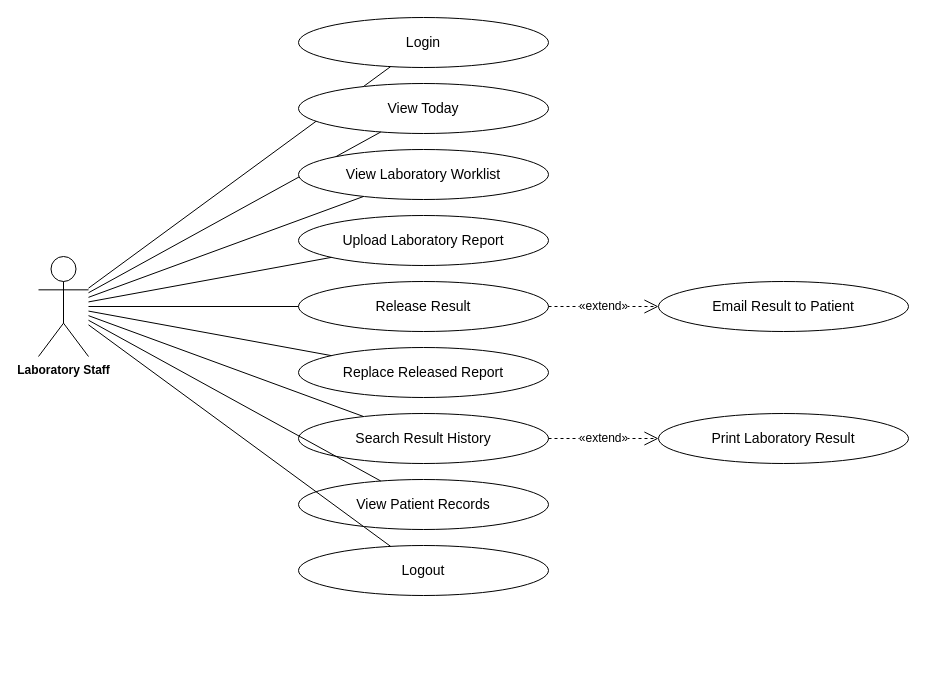
Above: page "Laboratory Staff" (5 of 8) of docs/diagrams/usecases.drawio in steven23lz/Enlogada-Clinic-Management-System (draw.io), before the change. Source tidied: cells renumbered, new cells numbered last; positions are measured from the earlier drawing's top-left corner, leaving out a move shared by most shapes. Both pictures are drawn from the tidied source at 100%, with x=0, y=0 at pixel (38, 17).
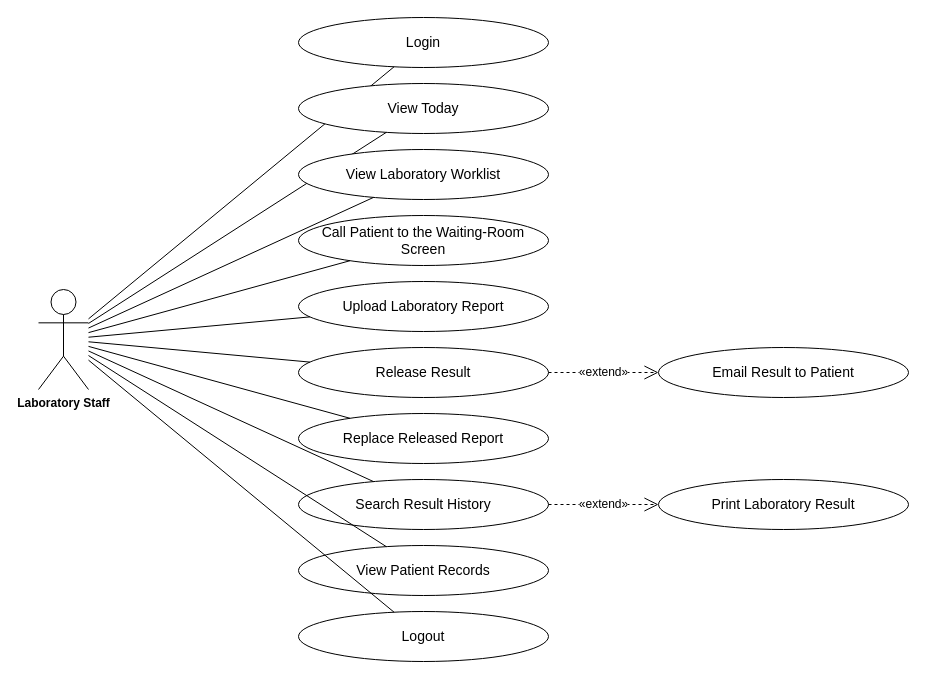
After the change.

Change to the diagram source:
```diff
@@
     <mxCell id="2" value="Laboratory Staff" style="shape=umlActor;verticalLabelPosition=bottom;verticalAlign=top;html=1;outlineConnect=0;fontFamily=Helvetica;fontSize=12;fontStyle=1;" parent="1" vertex="1">
-      <mxGeometry y="239" width="50" height="100" as="geometry" />
+      <mxGeometry y="272" width="50" height="100" as="geometry" />
     </mxCell>
@@
-    <mxCell id="9" value="Upload Laboratory Report" style="ellipse;whiteSpace=wrap;html=1;fontFamily=Helvetica;fontSize=14;fontColor=#000000;strokeColor=#000000;" parent="1" vertex="1">
+    <mxCell id="9" value="Call Patient to the Waiting-Room Screen" style="ellipse;whiteSpace=wrap;html=1;fontFamily=Helvetica;fontSize=14;fontColor=#000000;strokeColor=#000000;" parent="1" vertex="1">
       <mxGeometry x="260" y="198" width="250" height="50" as="geometry" />
     </mxCell>
@@
-    <mxCell id="11" value="Release Result" style="ellipse;whiteSpace=wrap;html=1;fontFamily=Helvetica;fontSize=14;fontColor=#000000;strokeColor=#000000;" parent="1" vertex="1">
+    <mxCell id="11" value="Upload Laboratory Report" style="ellipse;whiteSpace=wrap;html=1;fontFamily=Helvetica;fontSize=14;fontColor=#000000;strokeColor=#000000;" parent="1" vertex="1">
       <mxGeometry x="260" y="264" width="250" height="50" as="geometry" />
     </mxCell>
@@
-    <mxCell id="13" value="Replace Released Report" style="ellipse;whiteSpace=wrap;html=1;fontFamily=Helvetica;fontSize=14;fontColor=#000000;strokeColor=#000000;" parent="1" vertex="1">
+    <mxCell id="13" value="Release Result" style="ellipse;whiteSpace=wrap;html=1;fontFamily=Helvetica;fontSize=14;fontColor=#000000;strokeColor=#000000;" parent="1" vertex="1">
       <mxGeometry x="260" y="330" width="250" height="50" as="geometry" />
     </mxCell>
@@
-    <mxCell id="15" value="Search Result History" style="ellipse;whiteSpace=wrap;html=1;fontFamily=Helvetica;fontSize=14;fontColor=#000000;strokeColor=#000000;" parent="1" vertex="1">
+    <mxCell id="15" value="Replace Released Report" style="ellipse;whiteSpace=wrap;html=1;fontFamily=Helvetica;fontSize=14;fontColor=#000000;strokeColor=#000000;" parent="1" vertex="1">
       <mxGeometry x="260" y="396" width="250" height="50" as="geometry" />
     </mxCell>
@@
-    <mxCell id="17" value="View Patient Records" style="ellipse;whiteSpace=wrap;html=1;fontFamily=Helvetica;fontSize=14;fontColor=#000000;strokeColor=#000000;" parent="1" vertex="1">
+    <mxCell id="17" value="Search Result History" style="ellipse;whiteSpace=wrap;html=1;fontFamily=Helvetica;fontSize=14;fontColor=#000000;strokeColor=#000000;" parent="1" vertex="1">
       <mxGeometry x="260" y="462" width="250" height="50" as="geometry" />
     </mxCell>
@@
-    <mxCell id="19" value="Logout" style="ellipse;whiteSpace=wrap;html=1;fontFamily=Helvetica;fontSize=14;fontColor=#000000;strokeColor=#000000;" parent="1" vertex="1">
+    <mxCell id="19" value="View Patient Records" style="ellipse;whiteSpace=wrap;html=1;fontFamily=Helvetica;fontSize=14;fontColor=#000000;strokeColor=#000000;" parent="1" vertex="1">
       <mxGeometry x="260" y="528" width="250" height="50" as="geometry" />
     </mxCell>
@@
-    <mxCell id="21" value="Email Result to Patient" style="ellipse;whiteSpace=wrap;html=1;fontFamily=Helvetica;fontSize=14;fontColor=#000000;strokeColor=#000000;" parent="1" vertex="1">
-      <mxGeometry x="620" y="264" width="250" height="50" as="geometry" />
+    <mxCell id="21" value="Logout" style="ellipse;whiteSpace=wrap;html=1;fontFamily=Helvetica;fontSize=14;fontColor=#000000;strokeColor=#000000;" parent="1" vertex="1">
+      <mxGeometry x="260" y="594" width="250" height="50" as="geometry" />
     </mxCell>
-    <mxCell id="22" value="«extend»" style="endArrow=open;endSize=12;dashed=1;html=1;fontFamily=Helvetica;fontSize=12;fontColor=#000000;strokeColor=#000000;" parent="1" edge="1" source="11" target="21">
+    <mxCell id="22" style="edgeStyle=none;rounded=0;html=1;endArrow=none;fontFamily=Helvetica;fontSize=12;fontColor=#000000;strokeColor=#000000;" parent="1" edge="1" source="2" target="21">
       <mxGeometry relative="1" as="geometry" />
     </mxCell>
-    <mxCell id="23" value="Print Laboratory Result" style="ellipse;whiteSpace=wrap;html=1;fontFamily=Helvetica;fontSize=14;fontColor=#000000;strokeColor=#000000;" parent="1" vertex="1">
-      <mxGeometry x="620" y="396" width="250" height="50" as="geometry" />
+    <mxCell id="23" value="Email Result to Patient" style="ellipse;whiteSpace=wrap;html=1;fontFamily=Helvetica;fontSize=14;fontColor=#000000;strokeColor=#000000;" parent="1" vertex="1">
+      <mxGeometry x="620" y="330" width="250" height="50" as="geometry" />
     </mxCell>
-    <mxCell id="24" value="«extend»" style="endArrow=open;endSize=12;dashed=1;html=1;fontFamily=Helvetica;fontSize=12;fontColor=#000000;strokeColor=#000000;" parent="1" edge="1" source="15" target="23">
+    <mxCell id="24" value="«extend»" style="endArrow=open;endSize=12;dashed=1;html=1;fontFamily=Helvetica;fontSize=12;fontColor=#000000;strokeColor=#000000;" parent="1" edge="1" source="13" target="23">
       <mxGeometry relative="1" as="geometry" />
     </mxCell>
+    <mxCell id="25" value="Print Laboratory Result" style="ellipse;whiteSpace=wrap;html=1;fontFamily=Helvetica;fontSize=14;fontColor=#000000;strokeColor=#000000;" parent="1" vertex="1">
+      <mxGeometry x="620" y="462" width="250" height="50" as="geometry" />
+    </mxCell>
+    <mxCell id="26" value="«extend»" style="endArrow=open;endSize=12;dashed=1;html=1;fontFamily=Helvetica;fontSize=12;fontColor=#000000;strokeColor=#000000;" parent="1" edge="1" source="17" target="25">
+      <mxGeometry relative="1" as="geometry" />
+    </mxCell>
```
